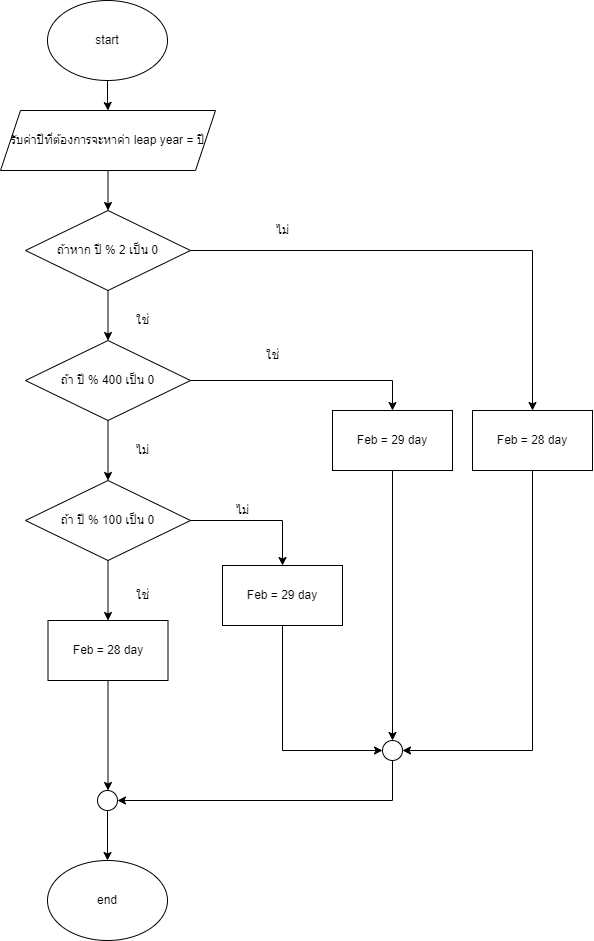
Before: LAB_5/Lab5_Flowchart.drawio.png, a diagram exported from draw.io (WhileBELL/ENGGC304-Computer-Progeamming). Source tidied: cells renumbered, new cells last; positions are measured from the earlier drawing's top-left corner, leaving out a move shared by most shapes.
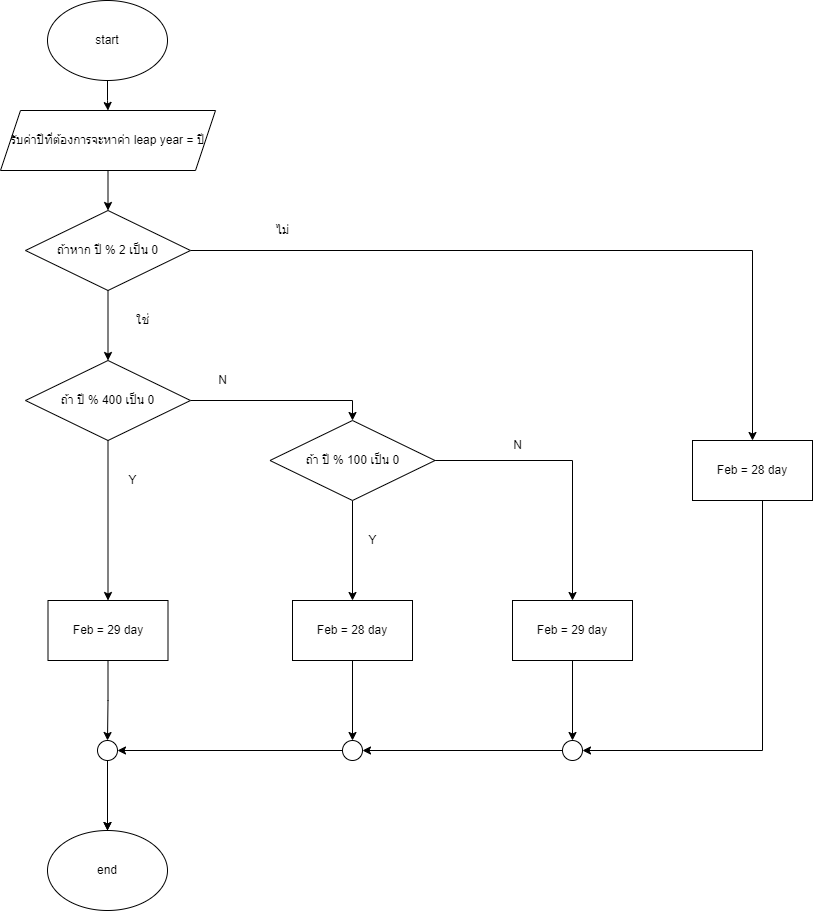
The same file after the commit.

The edit, as a diff of the source:
```diff
@@ -26,11 +26,11 @@
     <mxCell id="9" style="edgeStyle=orthogonalEdgeStyle;rounded=0;jettySize=auto;html=1;entryX=0.5;entryY=0;entryDx=0;entryDy=0;" parent="1" edge="1" source="11" target="14">
       <mxGeometry relative="1" as="geometry" />
     </mxCell>
-    <mxCell id="10" style="edgeStyle=orthogonalEdgeStyle;rounded=0;jettySize=auto;html=1;entryX=0.5;entryY=0;entryDx=0;entryDy=0;" parent="1" edge="1" source="11" target="16">
+    <mxCell id="10" style="edgeStyle=orthogonalEdgeStyle;rounded=0;jettySize=auto;html=1;" parent="1" edge="1" source="11" target="16">
       <mxGeometry relative="1" as="geometry" />
     </mxCell>
     <mxCell id="11" value="ถ้า ปี % 400 เป็น 0" style="rhombus;whiteSpace=wrap;html=1;" parent="1" vertex="1">
-      <mxGeometry x="25" y="340" width="165" height="80" as="geometry" />
+      <mxGeometry x="25" y="360" width="165" height="80" as="geometry" />
     </mxCell>
     <mxCell id="12" style="edgeStyle=orthogonalEdgeStyle;rounded=0;jettySize=auto;html=1;entryX=0.5;entryY=0;entryDx=0;entryDy=0;" parent="1" edge="1" source="14" target="21">
       <mxGeometry relative="1" as="geometry" />
@@ -39,78 +39,83 @@
       <mxGeometry relative="1" as="geometry" />
     </mxCell>
     <mxCell id="14" value="ถ้า ปี % 100 เป็น 0" style="rhombus;whiteSpace=wrap;html=1;" parent="1" vertex="1">
-      <mxGeometry x="25" y="480" width="165" height="80" as="geometry" />
+      <mxGeometry x="269.5" y="420" width="165" height="80" as="geometry" />
     </mxCell>
-    <mxCell id="15" style="edgeStyle=orthogonalEdgeStyle;rounded=0;jettySize=auto;html=1;entryX=0.5;entryY=0;entryDx=0;entryDy=0;" parent="1" edge="1" source="16" target="26">
-      <mxGeometry relative="1" as="geometry" />
-    </mxCell>
+    <mxCell id="34" style="edgeStyle=orthogonalEdgeStyle;rounded=0;jettySize=auto;html=1;entryX=0.5;entryY=0;entryDx=0;entryDy=0;" parent="1" edge="1" source="16" target="43">
+      <mxGeometry relative="1" as="geometry" />
+    </mxCell>
     <mxCell id="16" value="Feb = 29 day" style="rounded=0;whiteSpace=wrap;html=1;" parent="1" vertex="1">
-      <mxGeometry x="332" y="410" width="120" height="60" as="geometry" />
+      <mxGeometry x="47.5" y="600" width="120" height="60" as="geometry" />
     </mxCell>
     <mxCell id="17" value="ใช่" style="text;html=1;align=center;verticalAlign=middle;strokeColor=none;fillColor=none;" parent="1" vertex="1">
       <mxGeometry x="122" y="305" width="40" height="30" as="geometry" />
     </mxCell>
-    <mxCell id="18" value="ไม่" style="text;html=1;align=center;verticalAlign=middle;strokeColor=none;fillColor=none;" parent="1" vertex="1">
-      <mxGeometry x="122" y="435" width="40" height="30" as="geometry" />
-    </mxCell>
-    <mxCell id="19" value="ใช่" style="text;html=1;align=center;verticalAlign=middle;strokeColor=none;fillColor=none;" parent="1" vertex="1">
-      <mxGeometry x="252" y="340" width="40" height="30" as="geometry" />
-    </mxCell>
-    <mxCell id="20" style="edgeStyle=orthogonalEdgeStyle;rounded=0;jettySize=auto;html=1;entryX=0.5;entryY=0;entryDx=0;entryDy=0;" parent="1" edge="1" source="21">
-      <mxGeometry relative="1" as="geometry">
-        <mxPoint x="107.5" y="790" as="targetPoint" />
-      </mxGeometry>
-    </mxCell>
+    <mxCell id="35" style="edgeStyle=orthogonalEdgeStyle;rounded=0;jettySize=auto;html=1;entryX=0.5;entryY=0;entryDx=0;entryDy=0;" parent="1" edge="1" source="21" target="45">
+      <mxGeometry relative="1" as="geometry">
+        <Array as="points">
+          <mxPoint x="352" y="740" />
+        </Array>
+      </mxGeometry>
+    </mxCell>
     <mxCell id="21" value="Feb = 28 day" style="rounded=0;whiteSpace=wrap;html=1;" parent="1" vertex="1">
-      <mxGeometry x="47.5" y="620" width="120" height="60" as="geometry" />
+      <mxGeometry x="292" y="600" width="120" height="60" as="geometry" />
     </mxCell>
-    <mxCell id="22" value="ใช่" style="text;html=1;align=center;verticalAlign=middle;strokeColor=none;fillColor=none;" parent="1" vertex="1">
-      <mxGeometry x="122" y="580" width="40" height="30" as="geometry" />
-    </mxCell>
-    <mxCell id="23" style="edgeStyle=orthogonalEdgeStyle;rounded=0;jettySize=auto;html=1;entryX=1;entryY=0.5;entryDx=0;entryDy=0;" parent="1" edge="1" source="24" target="26">
-      <mxGeometry relative="1" as="geometry">
-        <Array as="points">
-          <mxPoint x="532" y="750" />
-        </Array>
-      </mxGeometry>
-    </mxCell>
+    <mxCell id="36" style="edgeStyle=orthogonalEdgeStyle;rounded=0;jettySize=auto;html=1;entryX=1;entryY=0.5;entryDx=0;entryDy=0;" parent="1" edge="1" source="24" target="47">
+      <mxGeometry relative="1" as="geometry">
+        <Array as="points">
+          <mxPoint x="762" y="750" />
+        </Array>
+      </mxGeometry>
+    </mxCell>
     <mxCell id="24" value="Feb = 28 day" style="rounded=0;whiteSpace=wrap;html=1;" parent="1" vertex="1">
-      <mxGeometry x="472" y="410" width="120" height="60" as="geometry" />
+      <mxGeometry x="692" y="440" width="120" height="60" as="geometry" />
     </mxCell>
-    <mxCell id="25" style="edgeStyle=orthogonalEdgeStyle;rounded=0;jettySize=auto;html=1;entryX=1;entryY=0.5;entryDx=0;entryDy=0;" parent="1" edge="1" source="26" target="31">
-      <mxGeometry relative="1" as="geometry">
-        <Array as="points">
-          <mxPoint x="392" y="800" />
-        </Array>
-      </mxGeometry>
-    </mxCell>
-    <mxCell id="26" style="ellipse;whiteSpace=wrap;html=1;" parent="1" vertex="1">
-      <mxGeometry x="382" y="740" width="20" height="20" as="geometry" />
-    </mxCell>
-    <mxCell id="27" value="ไม่" style="text;html=1;align=center;verticalAlign=middle;strokeColor=none;fillColor=none;" parent="1" vertex="1">
-      <mxGeometry x="222" y="495" width="40" height="30" as="geometry" />
-    </mxCell>
-    <mxCell id="28" style="edgeStyle=orthogonalEdgeStyle;rounded=0;jettySize=auto;html=1;entryX=0;entryY=0.5;entryDx=0;entryDy=0;" parent="1" edge="1" source="29" target="26">
-      <mxGeometry relative="1" as="geometry">
-        <Array as="points">
-          <mxPoint x="282" y="750" />
-        </Array>
-      </mxGeometry>
-    </mxCell>
+    <mxCell id="37" style="edgeStyle=orthogonalEdgeStyle;rounded=0;jettySize=auto;html=1;entryX=0.5;entryY=0;entryDx=0;entryDy=0;" parent="1" edge="1" source="29" target="47">
+      <mxGeometry relative="1" as="geometry" />
+    </mxCell>
     <mxCell id="29" value="Feb = 29 day" style="rounded=0;whiteSpace=wrap;html=1;" parent="1" vertex="1">
-      <mxGeometry x="222" y="565" width="120" height="60" as="geometry" />
+      <mxGeometry x="512" y="600" width="120" height="60" as="geometry" />
     </mxCell>
-    <mxCell id="30" style="edgeStyle=orthogonalEdgeStyle;rounded=0;jettySize=auto;html=1;" parent="1" edge="1" source="31" target="32">
-      <mxGeometry relative="1" as="geometry" />
+    <mxCell id="30" style="edgeStyle=orthogonalEdgeStyle;rounded=0;jettySize=auto;html=1;" parent="1" edge="1" target="32">
+      <mxGeometry relative="1" as="geometry">
+        <mxPoint x="107" y="810" as="sourcePoint" />
+      </mxGeometry>
     </mxCell>
-    <mxCell id="31" style="ellipse;whiteSpace=wrap;html=1;" parent="1" vertex="1">
-      <mxGeometry x="97" y="790" width="20" height="20" as="geometry" />
-    </mxCell>
     <mxCell id="32" value="end" style="ellipse;whiteSpace=wrap;html=1;" parent="1" vertex="1">
-      <mxGeometry x="47" y="860" width="120" height="80" as="geometry" />
+      <mxGeometry x="47" y="830" width="120" height="80" as="geometry" />
     </mxCell>
     <mxCell id="33" value="ไม่" style="text;html=1;align=center;verticalAlign=middle;strokeColor=none;fillColor=none;" parent="1" vertex="1">
       <mxGeometry x="262" y="215" width="40" height="30" as="geometry" />
     </mxCell>
+    <mxCell id="38" value="Y" style="text;html=1;align=center;verticalAlign=middle;strokeColor=none;fillColor=none;" parent="1" vertex="1">
+      <mxGeometry x="117" y="465" width="30" height="30" as="geometry" />
+    </mxCell>
+    <mxCell id="39" value="N" style="text;html=1;align=center;verticalAlign=middle;strokeColor=none;fillColor=none;" parent="1" vertex="1">
+      <mxGeometry x="207" y="365" width="30" height="30" as="geometry" />
+    </mxCell>
+    <mxCell id="40" value="Y" style="text;html=1;align=center;verticalAlign=middle;strokeColor=none;fillColor=none;" parent="1" vertex="1">
+      <mxGeometry x="357" y="525" width="30" height="30" as="geometry" />
+    </mxCell>
+    <mxCell id="41" value="N" style="text;html=1;align=center;verticalAlign=middle;strokeColor=none;fillColor=none;" parent="1" vertex="1">
+      <mxGeometry x="502" y="430" width="30" height="30" as="geometry" />
+    </mxCell>
+    <mxCell id="42" style="edgeStyle=orthogonalEdgeStyle;rounded=0;jettySize=auto;html=1;" parent="1" edge="1" source="43" target="32">
+      <mxGeometry relative="1" as="geometry" />
+    </mxCell>
+    <mxCell id="43" style="ellipse;whiteSpace=wrap;html=1;" parent="1" vertex="1">
+      <mxGeometry x="97" y="740" width="20" height="20" as="geometry" />
+    </mxCell>
+    <mxCell id="44" style="edgeStyle=orthogonalEdgeStyle;rounded=0;jettySize=auto;html=1;entryX=1;entryY=0.5;entryDx=0;entryDy=0;" parent="1" edge="1" source="45" target="43">
+      <mxGeometry relative="1" as="geometry" />
+    </mxCell>
+    <mxCell id="45" style="ellipse;whiteSpace=wrap;html=1;" parent="1" vertex="1">
+      <mxGeometry x="342" y="740" width="20" height="20" as="geometry" />
+    </mxCell>
+    <mxCell id="46" style="edgeStyle=orthogonalEdgeStyle;rounded=0;jettySize=auto;html=1;entryX=1;entryY=0.5;entryDx=0;entryDy=0;" parent="1" edge="1" source="47" target="45">
+      <mxGeometry relative="1" as="geometry" />
+    </mxCell>
+    <mxCell id="47" style="ellipse;whiteSpace=wrap;html=1;" parent="1" vertex="1">
+      <mxGeometry x="562" y="740" width="20" height="20" as="geometry" />
+    </mxCell>
   </root>
 </mxGraphModel>
```
